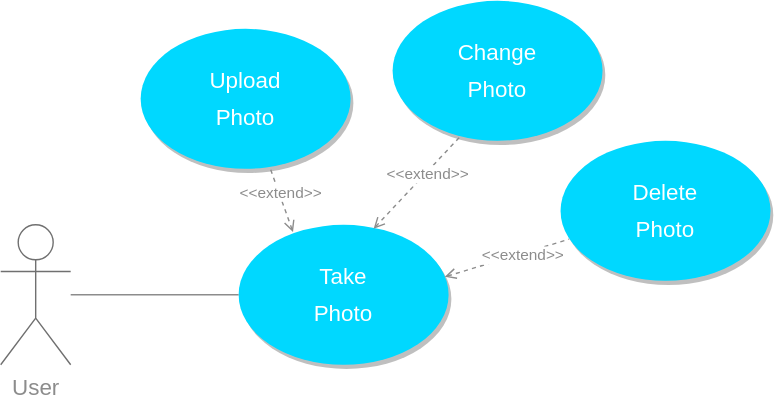
feedme-foodapp/receipt-processor keeps this draw.io diagram as documentation/diagrams/use_case1.svg. Above is the earlier version. Source tidied: cells renumbered, new cells last; positions are measured from the earlier drawing's top-left corner, leaving out a move shared by most shapes. Source of this version:
```xml
<mxGraphModel>
  <root>
    <mxCell id="0" />
    <mxCell id="1" parent="0" />
    <mxCell id="2" value="&lt;font style=&quot;font-size: 16px&quot; color=&quot;#8c8c8c&quot;&gt;User&lt;/font&gt;" style="shape=umlActor;verticalLabelPosition=bottom;verticalAlign=top;html=1;outlineConnect=0;strokeColor=#707070;" parent="1" vertex="1">
      <mxGeometry y="160" width="50" height="100" as="geometry" />
    </mxCell>
    <mxCell id="3" value="&lt;font style=&quot;font-size: 16px ; line-height: 160%&quot; color=&quot;#ffffff&quot;&gt;Take &lt;br&gt;Photo&lt;/font&gt;" style="ellipse;whiteSpace=wrap;html=1;fillColor=#00D8FF;strokeColor=none;shadow=1;" parent="1" vertex="1">
      <mxGeometry x="170" y="160" width="150" height="100" as="geometry" />
    </mxCell>
    <mxCell id="4" value="&lt;span style=&quot;font-size: 16px ; line-height: 160%&quot;&gt;&lt;font color=&quot;#ffffff&quot;&gt;Change&lt;br&gt;Photo&lt;/font&gt;&lt;br&gt;&lt;/span&gt;" style="ellipse;whiteSpace=wrap;html=1;fillColor=#00D8FF;strokeColor=none;shadow=1;" parent="1" vertex="1">
      <mxGeometry x="280" width="150" height="100" as="geometry" />
    </mxCell>
    <mxCell id="5" value="&lt;span style=&quot;font-size: 16px ; line-height: 160%&quot;&gt;&lt;font color=&quot;#ffffff&quot;&gt;Delete&lt;br&gt;Photo&lt;/font&gt;&lt;br&gt;&lt;/span&gt;" style="ellipse;whiteSpace=wrap;html=1;fillColor=#00D8FF;strokeColor=none;shadow=1;" parent="1" vertex="1">
      <mxGeometry x="400" y="100" width="150" height="100" as="geometry" />
    </mxCell>
    <mxCell id="6" style="endArrow=none;html=1;entryX=0;entryY=0.5;entryDx=0;entryDy=0;endFill=0;strokeColor=#8C8C8C;" parent="1" edge="1" source="2" target="3">
      <mxGeometry relative="1" as="geometry" />
    </mxCell>
    <mxCell id="7" style="endArrow=none;html=1;dashed=1;startArrow=open;startFill=0;endFill=0;exitX=0.643;exitY=0.028;exitDx=0;exitDy=0;entryX=0.321;entryY=0.971;entryDx=0;entryDy=0;entryPerimeter=0;exitPerimeter=0;strokeColor=#8C8C8C;" parent="1" edge="1" source="3" target="4">
      <mxGeometry relative="1" as="geometry" />
    </mxCell>
    <mxCell id="8" value="&lt;font color=&quot;#8c8c8c&quot;&gt;&amp;lt;&amp;lt;extend&amp;gt;&amp;gt;&lt;/font&gt;" style="edgeLabel;html=1;align=center;verticalAlign=middle;" parent="7" vertex="1">
      <mxGeometry x="0.22" y="-1" relative="1" as="geometry" />
    </mxCell>
    <mxCell id="9" style="endArrow=none;html=1;dashed=1;startArrow=open;startFill=0;endFill=0;exitX=0.982;exitY=0.372;exitDx=0;exitDy=0;exitPerimeter=0;strokeColor=#8C8C8C;entryX=0.041;entryY=0.703;entryDx=0;entryDy=0;entryPerimeter=0;" parent="1" edge="1" source="3" target="5">
      <mxGeometry relative="1" as="geometry" />
    </mxCell>
    <mxCell id="10" value="&lt;font color=&quot;#8c8c8c&quot;&gt;&amp;lt;&amp;lt;extend&amp;gt;&amp;gt;&lt;/font&gt;" style="edgeLabel;html=1;align=center;verticalAlign=middle;" parent="9" vertex="1">
      <mxGeometry x="0.22" y="-1" relative="1" as="geometry" />
    </mxCell>
    <mxCell id="11" value="&lt;span style=&quot;font-size: 16px ; line-height: 160%&quot;&gt;&lt;font color=&quot;#ffffff&quot;&gt;Upload&lt;br&gt;Photo&lt;/font&gt;&lt;br&gt;&lt;/span&gt;" style="ellipse;whiteSpace=wrap;html=1;fillColor=#00D8FF;strokeColor=none;shadow=1;" parent="1" vertex="1">
      <mxGeometry x="100" y="20" width="150" height="100" as="geometry" />
    </mxCell>
    <mxCell id="12" style="endArrow=none;html=1;dashed=1;startArrow=open;startFill=0;endFill=0;exitX=0.259;exitY=0.052;exitDx=0;exitDy=0;entryX=0.615;entryY=0.988;entryDx=0;entryDy=0;entryPerimeter=0;exitPerimeter=0;fillColor=#f5f5f5;strokeColor=#8C8C8C;" parent="1" edge="1" source="3" target="11">
      <mxGeometry relative="1" as="geometry" />
    </mxCell>
    <mxCell id="13" value="&lt;font color=&quot;#8c8c8c&quot;&gt;&amp;lt;&amp;lt;extend&amp;gt;&amp;gt;&lt;/font&gt;" style="edgeLabel;html=1;align=center;verticalAlign=middle;" parent="12" vertex="1">
      <mxGeometry x="0.22" y="-1" relative="1" as="geometry" />
    </mxCell>
  </root>
</mxGraphModel>
```
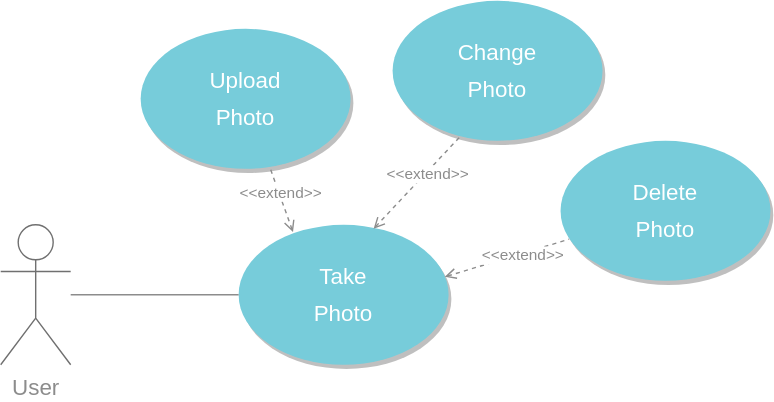
The same file after the commit.

Commit message:
docs: changed color of use cases

What changed in the source:
```diff
@@ -5,13 +5,13 @@
     <mxCell id="2" value="&lt;font style=&quot;font-size: 16px&quot; color=&quot;#8c8c8c&quot;&gt;User&lt;/font&gt;" style="shape=umlActor;verticalLabelPosition=bottom;verticalAlign=top;html=1;outlineConnect=0;strokeColor=#707070;" parent="1" vertex="1">
       <mxGeometry y="160" width="50" height="100" as="geometry" />
     </mxCell>
-    <mxCell id="3" value="&lt;font style=&quot;font-size: 16px ; line-height: 160%&quot; color=&quot;#ffffff&quot;&gt;Take &lt;br&gt;Photo&lt;/font&gt;" style="ellipse;whiteSpace=wrap;html=1;fillColor=#00D8FF;strokeColor=none;shadow=1;" parent="1" vertex="1">
+    <mxCell id="3" value="&lt;font style=&quot;font-size: 16px ; line-height: 160%&quot; color=&quot;#ffffff&quot;&gt;Take &lt;br&gt;Photo&lt;/font&gt;" style="ellipse;whiteSpace=wrap;html=1;strokeColor=none;shadow=1;fillColor=#77CCDA;" parent="1" vertex="1">
       <mxGeometry x="170" y="160" width="150" height="100" as="geometry" />
     </mxCell>
-    <mxCell id="4" value="&lt;span style=&quot;font-size: 16px ; line-height: 160%&quot;&gt;&lt;font color=&quot;#ffffff&quot;&gt;Change&lt;br&gt;Photo&lt;/font&gt;&lt;br&gt;&lt;/span&gt;" style="ellipse;whiteSpace=wrap;html=1;fillColor=#00D8FF;strokeColor=none;shadow=1;" parent="1" vertex="1">
+    <mxCell id="4" value="&lt;span style=&quot;font-size: 16px ; line-height: 160%&quot;&gt;&lt;font color=&quot;#ffffff&quot;&gt;Change&lt;br&gt;Photo&lt;/font&gt;&lt;br&gt;&lt;/span&gt;" style="ellipse;whiteSpace=wrap;html=1;strokeColor=none;shadow=1;fillColor=#77CCDA;" parent="1" vertex="1">
       <mxGeometry x="280" width="150" height="100" as="geometry" />
     </mxCell>
-    <mxCell id="5" value="&lt;span style=&quot;font-size: 16px ; line-height: 160%&quot;&gt;&lt;font color=&quot;#ffffff&quot;&gt;Delete&lt;br&gt;Photo&lt;/font&gt;&lt;br&gt;&lt;/span&gt;" style="ellipse;whiteSpace=wrap;html=1;fillColor=#00D8FF;strokeColor=none;shadow=1;" parent="1" vertex="1">
+    <mxCell id="5" value="&lt;span style=&quot;font-size: 16px ; line-height: 160%&quot;&gt;&lt;font color=&quot;#ffffff&quot;&gt;Delete&lt;br&gt;Photo&lt;/font&gt;&lt;br&gt;&lt;/span&gt;" style="ellipse;whiteSpace=wrap;html=1;strokeColor=none;shadow=1;fillColor=#77CCDA;" parent="1" vertex="1">
       <mxGeometry x="400" y="100" width="150" height="100" as="geometry" />
     </mxCell>
     <mxCell id="6" style="endArrow=none;html=1;entryX=0;entryY=0.5;entryDx=0;entryDy=0;endFill=0;strokeColor=#8C8C8C;" parent="1" edge="1" source="2" target="3">
@@ -29,7 +29,7 @@
     <mxCell id="10" value="&lt;font color=&quot;#8c8c8c&quot;&gt;&amp;lt;&amp;lt;extend&amp;gt;&amp;gt;&lt;/font&gt;" style="edgeLabel;html=1;align=center;verticalAlign=middle;" parent="9" vertex="1">
       <mxGeometry x="0.22" y="-1" relative="1" as="geometry" />
     </mxCell>
-    <mxCell id="11" value="&lt;span style=&quot;font-size: 16px ; line-height: 160%&quot;&gt;&lt;font color=&quot;#ffffff&quot;&gt;Upload&lt;br&gt;Photo&lt;/font&gt;&lt;br&gt;&lt;/span&gt;" style="ellipse;whiteSpace=wrap;html=1;fillColor=#00D8FF;strokeColor=none;shadow=1;" parent="1" vertex="1">
+    <mxCell id="11" value="&lt;span style=&quot;font-size: 16px ; line-height: 160%&quot;&gt;&lt;font color=&quot;#ffffff&quot;&gt;Upload&lt;br&gt;Photo&lt;/font&gt;&lt;br&gt;&lt;/span&gt;" style="ellipse;whiteSpace=wrap;html=1;strokeColor=none;shadow=1;fillColor=#77CCDA;" parent="1" vertex="1">
       <mxGeometry x="100" y="20" width="150" height="100" as="geometry" />
     </mxCell>
     <mxCell id="12" style="endArrow=none;html=1;dashed=1;startArrow=open;startFill=0;endFill=0;exitX=0.259;exitY=0.052;exitDx=0;exitDy=0;entryX=0.615;entryY=0.988;entryDx=0;entryDy=0;entryPerimeter=0;exitPerimeter=0;fillColor=#f5f5f5;strokeColor=#8C8C8C;" parent="1" edge="1" source="3" target="11">
```
